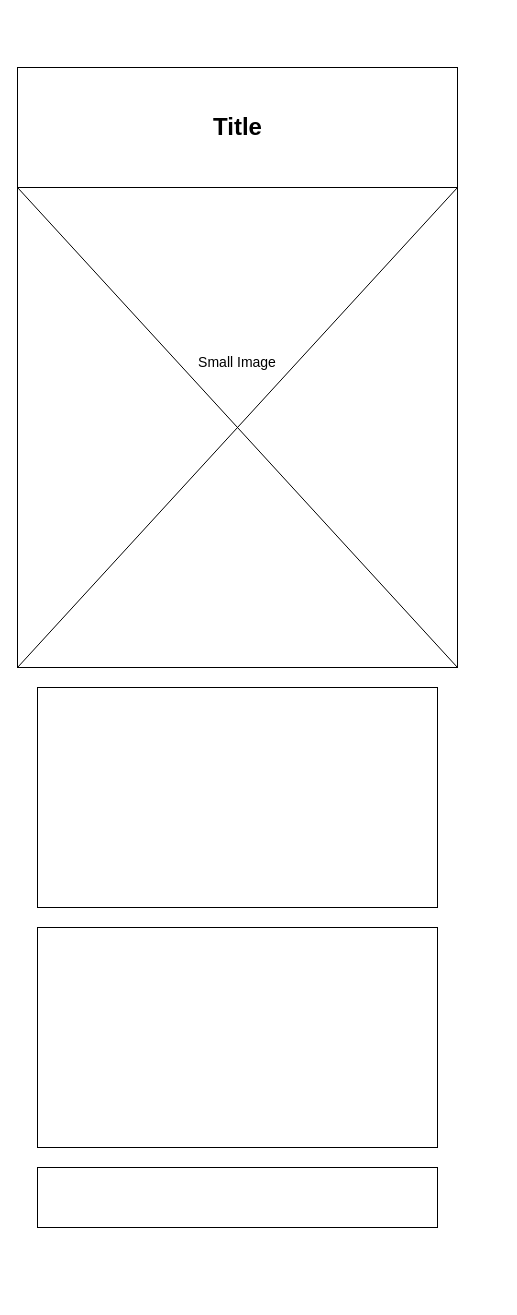
3lue7hunder/wdd131 keeps this draw.io diagram as Country Page Wireframe.drawio. Above is the earlier version. Source tidied: cells renumbered, new cells numbered last; positions are measured from the earlier drawing's top-left corner, leaving out a move shared by most shapes. Both pictures are drawn from the tidied source at 100%, with x=0, y=0 at pixel (17, 67).
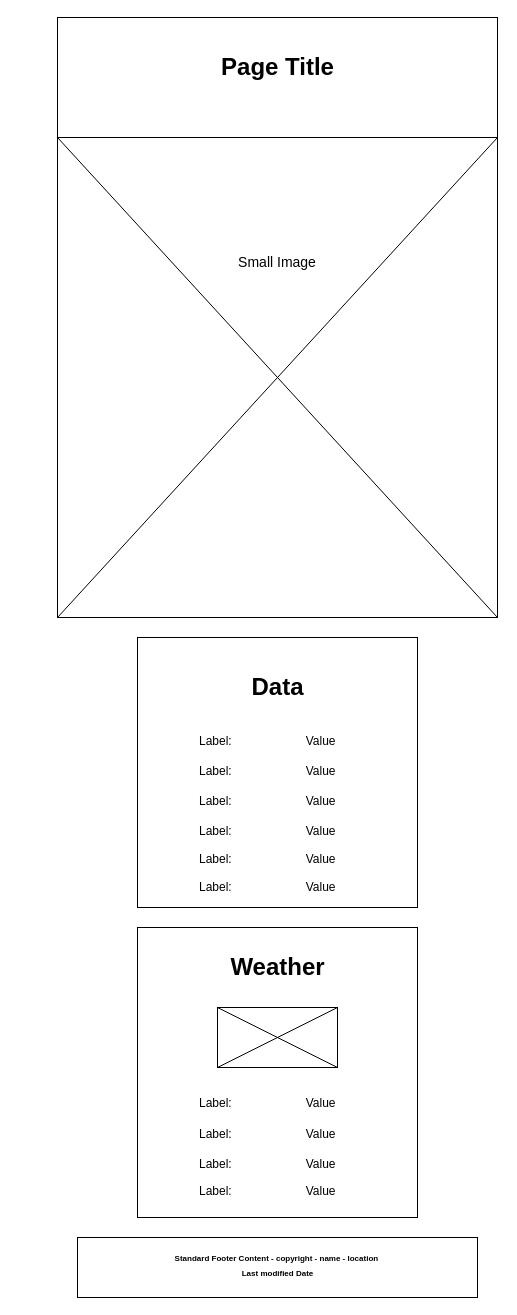
The same page after the edit.

Change to the diagram source:
```diff
@@
     <mxCell id="2" style="rounded=0;whiteSpace=wrap;html=1;" parent="1" vertex="1">
-      <mxGeometry width="440" height="120" as="geometry" />
+      <mxGeometry x="40" y="-50" width="440" height="120" as="geometry" />
     </mxCell>
-    <mxCell id="3" value="Title" style="text;strokeColor=none;fillColor=none;html=1;fontSize=24;fontStyle=1;verticalAlign=middle;align=center;" parent="1" vertex="1">
-      <mxGeometry x="97.5" y="40" width="245" height="40" as="geometry" />
+    <mxCell id="3" value="Page Title" style="text;strokeColor=none;fillColor=none;html=1;fontSize=24;fontStyle=1;verticalAlign=middle;align=center;" parent="1" vertex="1">
+      <mxGeometry x="137.5" y="-20" width="245" height="40" as="geometry" />
     </mxCell>
     <mxCell id="4" style="rounded=0;whiteSpace=wrap;html=1;" parent="1" vertex="1">
-      <mxGeometry y="120" width="440" height="480" as="geometry" />
+      <mxGeometry x="40" y="70" width="440" height="480" as="geometry" />
     </mxCell>
@@
     <mxCell id="7" value="&lt;font style=&quot;font-size: 14px;&quot;&gt;Small Image&lt;/font&gt;" style="text;html=1;align=center;verticalAlign=middle;whiteSpace=wrap;rounded=0;" parent="1" vertex="1">
-      <mxGeometry x="145" y="280" width="150" height="30" as="geometry" />
+      <mxGeometry x="185" y="180" width="150" height="30" as="geometry" />
     </mxCell>
     <mxCell id="8" style="rounded=0;whiteSpace=wrap;html=1;" parent="1" vertex="1">
-      <mxGeometry x="20" y="620" width="400" height="220" as="geometry" />
+      <mxGeometry x="120" y="570" width="280" height="270" as="geometry" />
     </mxCell>
     <mxCell id="9" style="rounded=0;whiteSpace=wrap;html=1;" parent="1" vertex="1">
-      <mxGeometry x="20" y="860" width="400" height="220" as="geometry" />
+      <mxGeometry x="120" y="860" width="280" height="290" as="geometry" />
     </mxCell>
     <mxCell id="10" style="rounded=0;whiteSpace=wrap;html=1;" parent="1" vertex="1">
-      <mxGeometry x="20" y="1100" width="400" height="60" as="geometry" />
+      <mxGeometry x="60" y="1170" width="400" height="60" as="geometry" />
     </mxCell>
+    <mxCell id="11" style="shape=table;startSize=0;childLayout=tableLayout;fontSize=11;fillColor=none;strokeColor=none;" parent="1" vertex="1">
+      <mxGeometry x="175" y="690" width="170" height="116" as="geometry" />
+    </mxCell>
+    <mxCell id="12" style="shape=tableRow;horizontal=0;startSize=0;swimlaneHead=0;swimlaneBody=0;strokeColor=inherit;top=0;left=0;bottom=0;right=0;fillColor=none;fontSize=16;" parent="11" vertex="1">
+      <mxGeometry width="170" height="28" as="geometry" />
+    </mxCell>
+    <mxCell id="13" value="Label:&lt;span style=&quot;white-space: pre;&quot;&gt;&#9;&lt;/span&gt;&lt;span style=&quot;white-space: pre;&quot;&gt;&#9;&lt;/span&gt;&lt;span style=&quot;white-space: pre;&quot;&gt;&#9;&lt;/span&gt;Value" style="shape=partialRectangle;html=1;whiteSpace=wrap;strokeColor=inherit;overflow=hidden;fillColor=none;top=0;left=0;bottom=0;right=0;fontSize=12;align=left;spacingLeft=5;" parent="12" vertex="1">
+      <mxGeometry width="170" height="28" as="geometry" />
+    </mxCell>
+    <mxCell id="14" style="shape=tableRow;horizontal=0;startSize=0;swimlaneHead=0;swimlaneBody=0;strokeColor=inherit;top=0;left=0;bottom=0;right=0;fillColor=none;fontSize=16;" parent="11" vertex="1">
+      <mxGeometry y="28" width="170" height="32" as="geometry" />
+    </mxCell>
+    <mxCell id="15" value="Label:&lt;span style=&quot;white-space: pre;&quot;&gt;&#9;&lt;/span&gt;&lt;span style=&quot;white-space: pre;&quot;&gt;&#9;&lt;/span&gt;&lt;span style=&quot;white-space: pre;&quot;&gt;&#9;&lt;/span&gt;Value" style="shape=partialRectangle;html=1;whiteSpace=wrap;strokeColor=inherit;overflow=hidden;fillColor=none;top=0;left=0;bottom=0;right=0;fontSize=12;align=left;spacingLeft=5;" parent="14" vertex="1">
+      <mxGeometry width="170" height="32" as="geometry" />
+    </mxCell>
+    <mxCell id="16" style="shape=tableRow;horizontal=0;startSize=0;swimlaneHead=0;swimlaneBody=0;strokeColor=inherit;top=0;left=0;bottom=0;right=0;fillColor=none;fontSize=16;" parent="11" vertex="1">
+      <mxGeometry y="60" width="170" height="28" as="geometry" />
+    </mxCell>
+    <mxCell id="17" value="Label:&lt;span style=&quot;white-space: pre;&quot;&gt;&#9;&lt;/span&gt;&lt;span style=&quot;white-space: pre;&quot;&gt;&#9;&lt;/span&gt;&lt;span style=&quot;white-space: pre;&quot;&gt;&#9;&lt;/span&gt;Value" style="shape=partialRectangle;html=1;whiteSpace=wrap;strokeColor=inherit;overflow=hidden;fillColor=none;top=0;left=0;bottom=0;right=0;fontSize=12;align=left;spacingLeft=5;" parent="16" vertex="1">
+      <mxGeometry width="170" height="28" as="geometry" />
+    </mxCell>
+    <mxCell id="18" style="shape=tableRow;horizontal=0;startSize=0;swimlaneHead=0;swimlaneBody=0;strokeColor=inherit;top=0;left=0;bottom=0;right=0;fillColor=none;fontSize=16;" parent="11" vertex="1">
+      <mxGeometry y="88" width="170" height="28" as="geometry" />
+    </mxCell>
+    <mxCell id="19" style="shape=partialRectangle;html=1;whiteSpace=wrap;strokeColor=inherit;overflow=hidden;fillColor=none;top=0;left=0;bottom=0;right=0;fontSize=12;align=left;spacingLeft=5;" parent="18" vertex="1">
+      <mxGeometry width="170" height="28" as="geometry" />
+    </mxCell>
+    <mxCell id="20" value="Label:&lt;span style=&quot;white-space: pre;&quot;&gt;&#9;&lt;/span&gt;&lt;span style=&quot;white-space: pre;&quot;&gt;&#9;&lt;/span&gt;&lt;span style=&quot;white-space: pre;&quot;&gt;&#9;&lt;/span&gt;Value" style="shape=partialRectangle;html=1;whiteSpace=wrap;strokeColor=inherit;overflow=hidden;fillColor=none;top=0;left=0;bottom=0;right=0;fontSize=12;align=left;spacingLeft=5;" parent="1" vertex="1">
+      <mxGeometry x="175" y="778" width="170" height="28" as="geometry" />
+    </mxCell>
+    <mxCell id="21" value="Label:&lt;span style=&quot;white-space: pre;&quot;&gt;&#9;&lt;/span&gt;&lt;span style=&quot;white-space: pre;&quot;&gt;&#9;&lt;/span&gt;&lt;span style=&quot;white-space: pre;&quot;&gt;&#9;&lt;/span&gt;Value" style="shape=partialRectangle;html=1;whiteSpace=wrap;strokeColor=inherit;overflow=hidden;fillColor=none;top=0;left=0;bottom=0;right=0;fontSize=12;align=left;spacingLeft=5;" parent="1" vertex="1">
+      <mxGeometry x="175" y="806" width="170" height="28" as="geometry" />
+    </mxCell>
+    <mxCell id="22" value="Label:&lt;span style=&quot;white-space: pre;&quot;&gt;&#9;&lt;/span&gt;&lt;span style=&quot;white-space: pre;&quot;&gt;&#9;&lt;/span&gt;&lt;span style=&quot;white-space: pre;&quot;&gt;&#9;&lt;/span&gt;Value" style="shape=partialRectangle;html=1;whiteSpace=wrap;strokeColor=inherit;overflow=hidden;fillColor=none;top=0;left=0;bottom=0;right=0;fontSize=12;align=left;spacingLeft=5;" parent="1" vertex="1">
+      <mxGeometry x="175" y="660" width="170" height="28" as="geometry" />
+    </mxCell>
+    <mxCell id="23" value="Data" style="text;strokeColor=none;fillColor=none;html=1;fontSize=24;fontStyle=1;verticalAlign=middle;align=center;" parent="1" vertex="1">
+      <mxGeometry x="210" y="600" width="100" height="40" as="geometry" />
+    </mxCell>
+    <mxCell id="24" style="shape=table;startSize=0;childLayout=tableLayout;fontSize=11;fillColor=none;strokeColor=none;" parent="1" vertex="1">
+      <mxGeometry x="175" y="1020" width="170" height="119" as="geometry" />
+    </mxCell>
+    <mxCell id="25" style="shape=tableRow;horizontal=0;startSize=0;swimlaneHead=0;swimlaneBody=0;strokeColor=inherit;top=0;left=0;bottom=0;right=0;fillColor=none;fontSize=16;" parent="24" vertex="1">
+      <mxGeometry width="170" height="31" as="geometry" />
+    </mxCell>
+    <mxCell id="26" value="Label:&lt;span style=&quot;white-space: pre;&quot;&gt;&#9;&lt;/span&gt;&lt;span style=&quot;white-space: pre;&quot;&gt;&#9;&lt;/span&gt;&lt;span style=&quot;white-space: pre;&quot;&gt;&#9;&lt;/span&gt;Value" style="shape=partialRectangle;html=1;whiteSpace=wrap;strokeColor=inherit;overflow=hidden;fillColor=none;top=0;left=0;bottom=0;right=0;fontSize=12;align=left;spacingLeft=5;" parent="25" vertex="1">
+      <mxGeometry width="170" height="31" as="geometry" />
+    </mxCell>
+    <mxCell id="27" style="shape=tableRow;horizontal=0;startSize=0;swimlaneHead=0;swimlaneBody=0;strokeColor=inherit;top=0;left=0;bottom=0;right=0;fillColor=none;fontSize=16;" parent="24" vertex="1">
+      <mxGeometry y="31" width="170" height="32" as="geometry" />
+    </mxCell>
+    <mxCell id="28" value="Label:&lt;span style=&quot;white-space: pre;&quot;&gt;&#9;&lt;/span&gt;&lt;span style=&quot;white-space: pre;&quot;&gt;&#9;&lt;/span&gt;&lt;span style=&quot;white-space: pre;&quot;&gt;&#9;&lt;/span&gt;Value" style="shape=partialRectangle;html=1;whiteSpace=wrap;strokeColor=inherit;overflow=hidden;fillColor=none;top=0;left=0;bottom=0;right=0;fontSize=12;align=left;spacingLeft=5;" parent="27" vertex="1">
+      <mxGeometry width="170" height="32" as="geometry" />
+    </mxCell>
+    <mxCell id="29" style="shape=tableRow;horizontal=0;startSize=0;swimlaneHead=0;swimlaneBody=0;strokeColor=inherit;top=0;left=0;bottom=0;right=0;fillColor=none;fontSize=16;" parent="24" vertex="1">
+      <mxGeometry y="63" width="170" height="28" as="geometry" />
+    </mxCell>
+    <mxCell id="30" value="Label:&lt;span style=&quot;white-space: pre;&quot;&gt;&#9;&lt;/span&gt;&lt;span style=&quot;white-space: pre;&quot;&gt;&#9;&lt;/span&gt;&lt;span style=&quot;white-space: pre;&quot;&gt;&#9;&lt;/span&gt;Value" style="shape=partialRectangle;html=1;whiteSpace=wrap;strokeColor=inherit;overflow=hidden;fillColor=none;top=0;left=0;bottom=0;right=0;fontSize=12;align=left;spacingLeft=5;" parent="29" vertex="1">
+      <mxGeometry width="170" height="28" as="geometry" />
+    </mxCell>
+    <mxCell id="31" style="shape=tableRow;horizontal=0;startSize=0;swimlaneHead=0;swimlaneBody=0;strokeColor=inherit;top=0;left=0;bottom=0;right=0;fillColor=none;fontSize=16;" parent="24" vertex="1">
+      <mxGeometry y="91" width="170" height="28" as="geometry" />
+    </mxCell>
+    <mxCell id="32" style="shape=partialRectangle;html=1;whiteSpace=wrap;strokeColor=inherit;overflow=hidden;fillColor=none;top=0;left=0;bottom=0;right=0;fontSize=12;align=left;spacingLeft=5;" parent="31" vertex="1">
+      <mxGeometry width="170" height="28" as="geometry" />
+    </mxCell>
+    <mxCell id="33" value="Label:&lt;span style=&quot;white-space: pre;&quot;&gt;&#9;&lt;/span&gt;&lt;span style=&quot;white-space: pre;&quot;&gt;&#9;&lt;/span&gt;&lt;span style=&quot;white-space: pre;&quot;&gt;&#9;&lt;/span&gt;Value" style="shape=partialRectangle;html=1;whiteSpace=wrap;strokeColor=inherit;overflow=hidden;fillColor=none;top=0;left=0;bottom=0;right=0;fontSize=12;align=left;spacingLeft=5;" parent="1" vertex="1">
+      <mxGeometry x="175" y="1110" width="170" height="28" as="geometry" />
+    </mxCell>
+    <mxCell id="34" style="rounded=0;whiteSpace=wrap;html=1;" parent="1" vertex="1">
+      <mxGeometry x="200" y="940" width="120" height="60" as="geometry" />
+    </mxCell>
+    <mxCell id="35" style="endArrow=none;html=1;rounded=0;exitX=0;exitY=1;exitDx=0;exitDy=0;" parent="1" edge="1" source="34">
+      <mxGeometry relative="1" as="geometry">
+        <mxPoint x="320" y="940" as="targetPoint" />
+      </mxGeometry>
+    </mxCell>
+    <mxCell id="36" style="endArrow=none;html=1;rounded=0;exitX=1;exitY=1;exitDx=0;exitDy=0;entryX=0;entryY=0;entryDx=0;entryDy=0;" parent="1" edge="1" source="34" target="34">
+      <mxGeometry relative="1" as="geometry" />
+    </mxCell>
+    <mxCell id="37" value="Weather" style="text;strokeColor=none;fillColor=none;html=1;fontSize=24;fontStyle=1;verticalAlign=middle;align=center;" parent="1" vertex="1">
+      <mxGeometry x="210" y="880" width="100" height="40" as="geometry" />
+    </mxCell>
+    <mxCell id="38" value="&lt;font style=&quot;font-size: 8px; line-height: 10%;&quot;&gt;Standard Footer Content - copyright - name - location&amp;nbsp;&lt;/font&gt;&lt;div style=&quot;line-height: 10%;&quot;&gt;&lt;font style=&quot;font-size: 8px; line-height: 10%;&quot;&gt;Last modified Date&lt;/font&gt;&lt;/div&gt;" style="text;strokeColor=none;fillColor=none;html=1;fontSize=24;fontStyle=1;verticalAlign=middle;align=center;" parent="1" vertex="1">
+      <mxGeometry x="80" y="1170" width="360" height="40" as="geometry" />
+    </mxCell>
```
